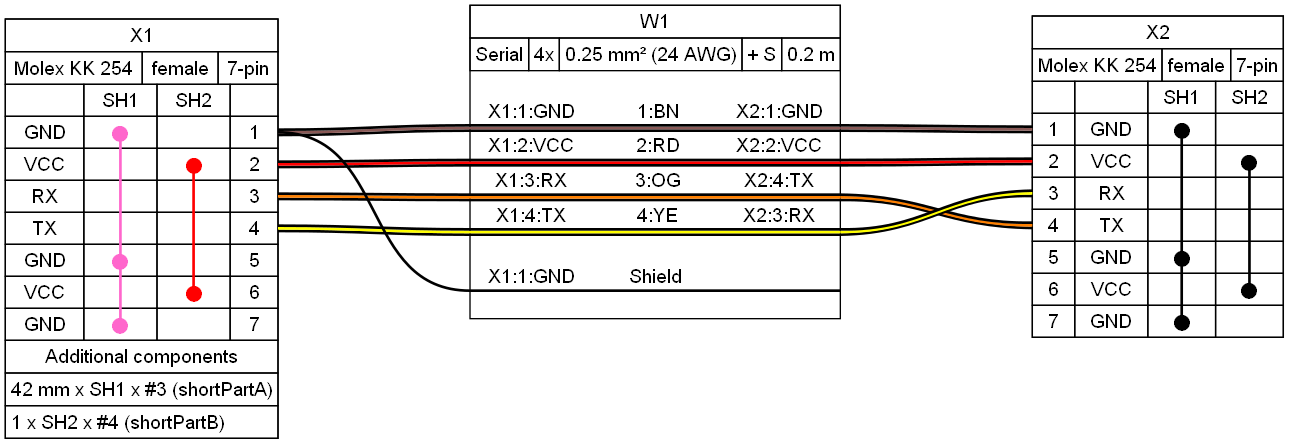
This is examples/ex15.png from wireviz/WireViz, a Graphviz export, as it was before one commit. Its source is kept beside it as examples/ex15.gv.
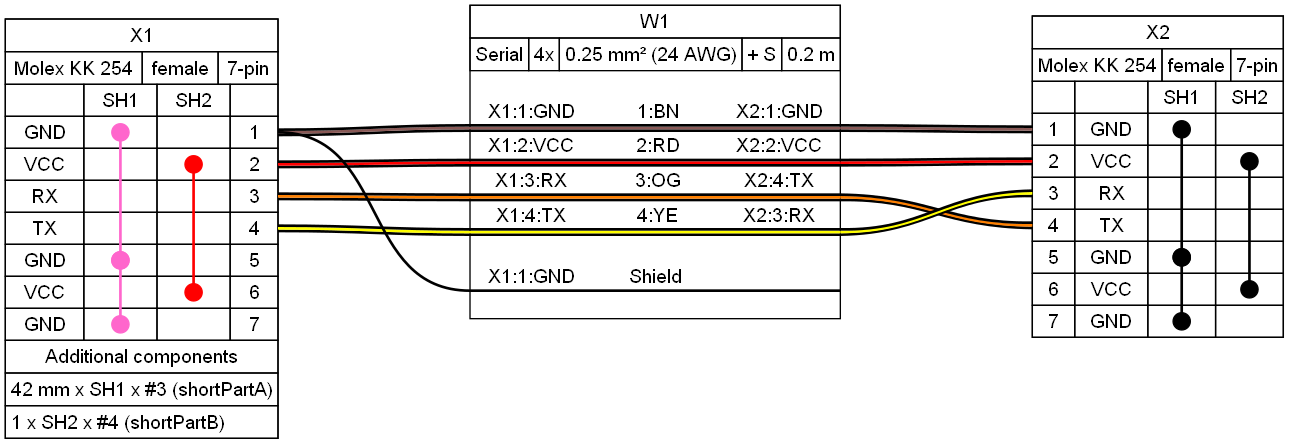
The same file after the commit.

Commit message:
Added some Graphviz Magic for drawing Dots at the end of straight lines

Change to the diagram source:
```diff
@@ -3,10 +3,10 @@
 	node [fillcolor="#FFFFFF" fontname=arial height=0 margin=0 shape=none style=filled width=0]
 	edge [fontname=arial style=bold]
 	edge [color="#FF66CC" headclip=false style="solid,bold" tailclip=false]
-	X1:p1j:c -- X1:p5j:c [straight=straight]
-	X1:p5j:c -- X1:p7j:c [straight=straight]
+	X1:p1j:c -- X1:p5j:c [addPTS=.18 colorPTS="#FF66CC" straight=straight]
+	X1:p5j:c -- X1:p7j:c [addPTS=.18 colorPTS="#FF66CC" straight=straight]
 	edge [color="#FF0000" headclip=false style="solid,bold" tailclip=false]
-	X1:p2j:c -- X1:p6j:c [straight=straight]
+	X1:p2j:c -- X1:p6j:c [addPTS=.18 colorPTS="#FF0000" straight=straight]
 	edge [headclip=true style=bold tailclip=true]
 	X1 [label=<
 <table border="0" cellspacing="0" cellpadding="0">
@@ -32,14 +32,14 @@
    </tr>
    <tr>
     <td>GND</td>
-    <td  port="p1J"><FONT FACE="Sans" POINT-SIZE="12.0" COLOR="#FF66CC">&#11044;</FONT></td>
+    <td width="21" port="p1J"></td>
     <td></td>
     <td port="p1r">1</td>
    </tr>
    <tr>
     <td>VCC</td>
     <td></td>
-    <td  port="p2J"><FONT FACE="Sans" POINT-SIZE="12.0" COLOR="#FF0000">&#11044;</FONT></td>
+    <td width="21" port="p2J"></td>
     <td port="p2r">2</td>
    </tr>
    <tr>
@@ -56,19 +56,19 @@
    </tr>
    <tr>
     <td>GND</td>
-    <td  port="p5J"><FONT FACE="Sans" POINT-SIZE="12.0" COLOR="#FF66CC">&#11044;</FONT></td>
+    <td width="21" port="p5J"></td>
     <td></td>
     <td port="p5r">5</td>
    </tr>
    <tr>
     <td>VCC</td>
     <td></td>
-    <td  port="p6J"><FONT FACE="Sans" POINT-SIZE="12.0" COLOR="#FF0000">&#11044;</FONT></td>
+    <td width="21" port="p6J"></td>
     <td port="p6r">6</td>
    </tr>
    <tr>
     <td>GND</td>
-    <td  port="p7J"><FONT FACE="Sans" POINT-SIZE="12.0" COLOR="#FF66CC">&#11044;</FONT></td>
+    <td width="21" port="p7J"></td>
     <td></td>
     <td port="p7r">7</td>
    </tr>
@@ -92,10 +92,10 @@
 </table>
 > fillcolor="#FFFFFF" shape=box style=filled]
 	edge [color="#000000" headclip=false style="solid,bold" tailclip=false]
-	X2:p1j:c -- X2:p5j:c [straight=straight]
-	X2:p5j:c -- X2:p7j:c [straight=straight]
+	X2:p1j:c -- X2:p5j:c [addPTS=.18 colorPTS="#000000" straight=straight]
+	X2:p5j:c -- X2:p7j:c [addPTS=.18 colorPTS="#000000" straight=straight]
 	edge [color="#000000" headclip=false style="solid,bold" tailclip=false]
-	X2:p2j:c -- X2:p6j:c [straight=straight]
+	X2:p2j:c -- X2:p6j:c [addPTS=.18 colorPTS="#000000" straight=straight]
 	edge [headclip=true style=bold tailclip=true]
 	X2 [label=<
 <table border="0" cellspacing="0" cellpadding="0">
@@ -122,14 +122,14 @@
    <tr>
     <td port="p1l">1</td>
     <td>GND</td>
-    <td  port="p1J"><FONT FACE="Sans" POINT-SIZE="12.0" COLOR="#000000">&#11044;</FONT></td>
+    <td width="21" port="p1J"></td>
     <td></td>
    </tr>
    <tr>
     <td port="p2l">2</td>
     <td>VCC</td>
     <td></td>
-    <td  port="p2J"><FONT FACE="Sans" POINT-SIZE="12.0" COLOR="#000000">&#11044;</FONT></td>
+    <td width="21" port="p2J"></td>
    </tr>
    <tr>
     <td port="p3l">3</td>
@@ -146,19 +146,19 @@
    <tr>
     <td port="p5l">5</td>
     <td>GND</td>
-    <td  port="p5J"><FONT FACE="Sans" POINT-SIZE="12.0" COLOR="#000000">&#11044;</FONT></td>
+    <td width="21" port="p5J"></td>
     <td></td>
    </tr>
    <tr>
     <td port="p6l">6</td>
     <td>VCC</td>
     <td></td>
-    <td  port="p6J"><FONT FACE="Sans" POINT-SIZE="12.0" COLOR="#000000">&#11044;</FONT></td>
+    <td width="21" port="p6J"></td>
    </tr>
    <tr>
     <td port="p7l">7</td>
     <td>GND</td>
-    <td  port="p7J"><FONT FACE="Sans" POINT-SIZE="12.0" COLOR="#000000">&#11044;</FONT></td>
+    <td width="21" port="p7J"></td>
     <td></td>
    </tr>
   </table>
```
